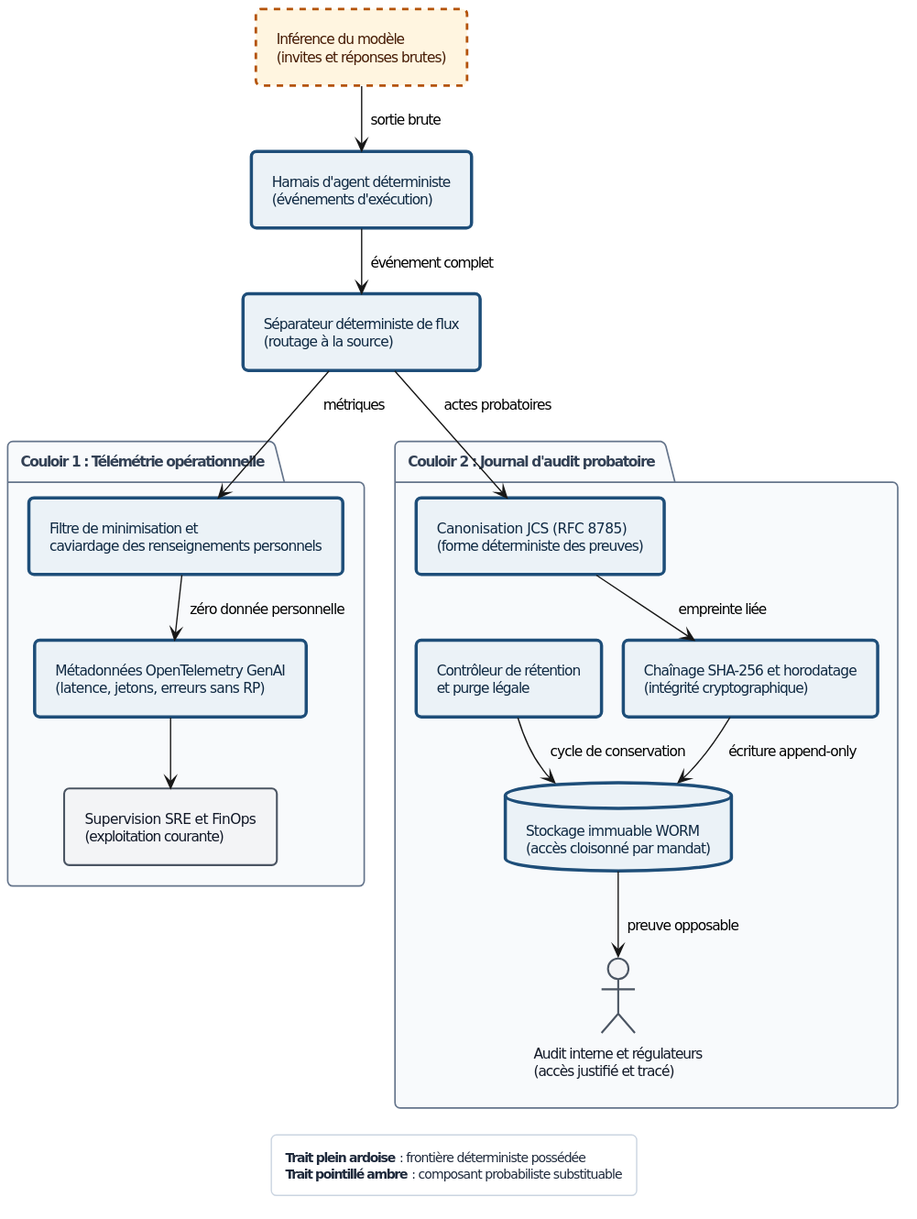
Earlier version of the PlantUML export 7 - Livre 2027/diagrammes/rendus/Fig-17.svg (agbruneau/Agentique). The source it was exported from:
```plantuml
@startuml
<style>
document {
  BackgroundColor #FFFFFF
}
.det {
  BackgroundColor #EBF2F7
  LineColor #1E4E79
  LineThickness 2.5
  FontColor #0F2942
}
.prob {
  BackgroundColor #FFF5E0
  LineColor #B45309
  LineThickness 2.0
  LineStyle 5
  FontColor #451A03
}
.ext {
  BackgroundColor #F3F4F6
  LineColor #4B5563
  LineThickness 1.5
  FontColor #111827
}
package {
  BackgroundColor #F8FAFC
  LineColor #64748B
  LineThickness 1.2
  FontColor #334155
}
legend {
  BackgroundColor #FFFFFF
  LineColor #CBD5E1
  FontColor #1E293B
  FontSize 10
}
</style>
hide stereotype
top to bottom direction
skinparam defaultFontName "DejaVu Sans"
skinparam defaultFontSize 11
skinparam shadowing false
skinparam roundcorner 8
skinparam nodesep 16
skinparam ranksep 24
skinparam padding 6

rectangle "Inférence du modèle\n(invites et réponses brutes)" as LLM <<prob>>
rectangle "Harnais d'agent déterministe\n(événements d'exécution)" as HARN <<det>>
rectangle "Séparateur déterministe de flux\n(routage à la source)" as SPLIT <<det>>

package "Couloir 1 : Télémétrie opérationnelle" {
  rectangle "Filtre de minimisation et\ncaviardage des renseignements personnels" as REDACT <<det>>
  rectangle "Métadonnées OpenTelemetry GenAI\n(latence, jetons, erreurs sans RP)" as OTEL <<det>>
  rectangle "Supervision SRE et FinOps\n(exploitation courante)" as SRE <<ext>>
}

package "Couloir 2 : Journal d'audit probatoire" {
  rectangle "Canonisation JCS (RFC 8785)\n(forme déterministe des preuves)" as JCS <<det>>
  rectangle "Chaînage SHA-256 et horodatage\n(intégrité cryptographique)" as HASH <<det>>
  database "Stockage immuable WORM\n(accès cloisonné par mandat)" as WORM <<det>>
  rectangle "Contrôleur de rétention\net purge légale" as PURGE <<det>>
  actor "Audit interne et régulateurs\n(accès justifié et tracé)" as AUD <<ext>>
}

LLM --> HARN : sortie brute
HARN --> SPLIT : événement complet
SPLIT --> REDACT : métriques
REDACT --> OTEL : zéro donnée personnelle
OTEL --> SRE

SPLIT --> JCS : actes probatoires
JCS --> HASH : empreinte liée
HASH --> WORM : écriture append-only
PURGE --> WORM : cycle de conservation
WORM --> AUD : preuve opposable

REDACT -[hidden]right-> JCS

legend bottom
  **Trait plein ardoise** : frontière déterministe possédée
  **Trait pointillé ambre** : composant probabiliste substituable
end legend
@enduml
```
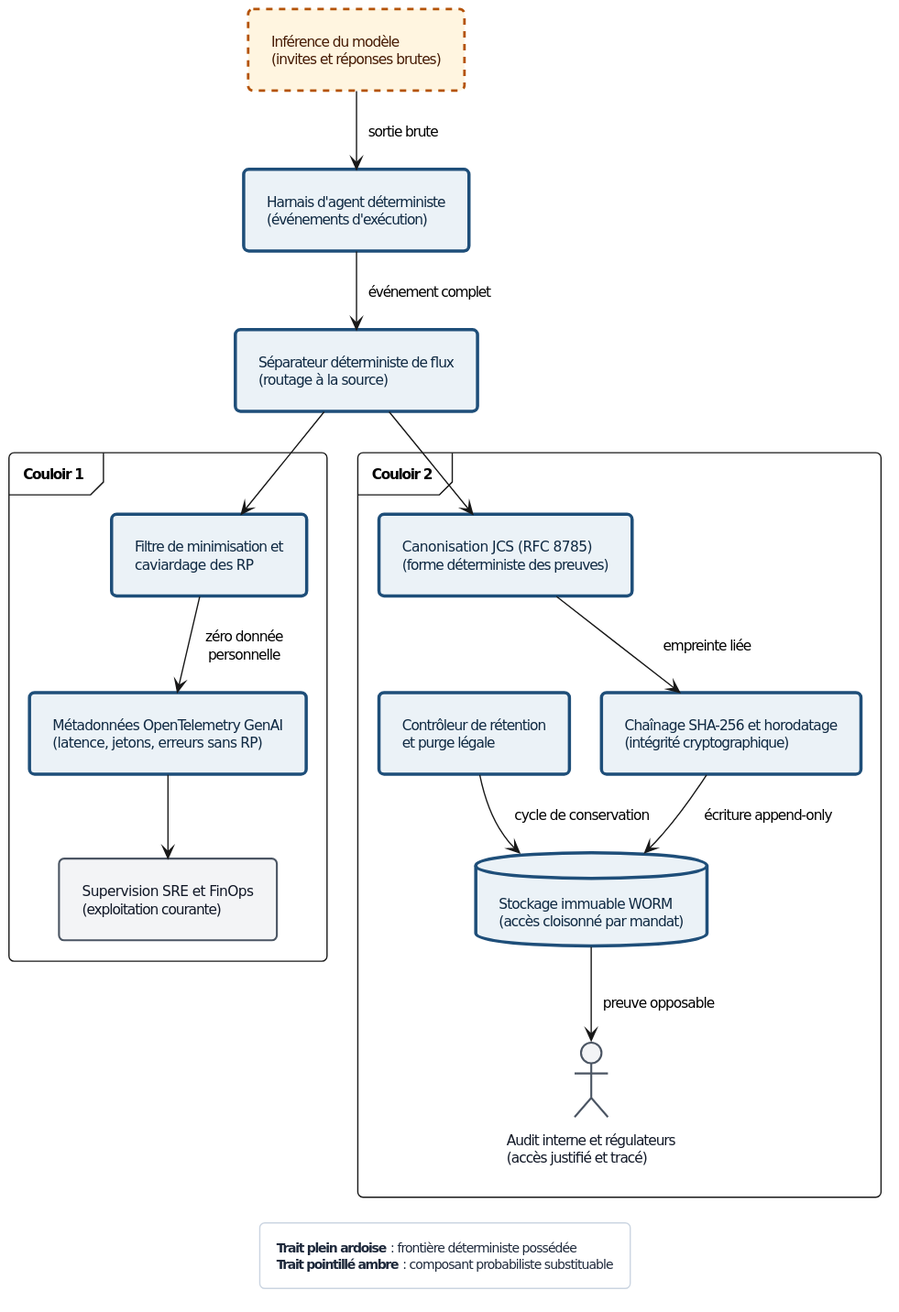
The same file after the commit.

Change to the diagram source:
```diff
@@ -41,21 +41,22 @@
 skinparam defaultFontSize 11
 skinparam shadowing false
 skinparam roundcorner 8
-skinparam nodesep 16
-skinparam ranksep 24
-skinparam padding 6
+skinparam packageStyle frame
+skinparam nodesep 24
+skinparam ranksep 30
+skinparam padding 8
 
 rectangle "Inférence du modèle\n(invites et réponses brutes)" as LLM <<prob>>
 rectangle "Harnais d'agent déterministe\n(événements d'exécution)" as HARN <<det>>
 rectangle "Séparateur déterministe de flux\n(routage à la source)" as SPLIT <<det>>
 
-package "Couloir 1 : Télémétrie opérationnelle" {
-  rectangle "Filtre de minimisation et\ncaviardage des renseignements personnels" as REDACT <<det>>
+package "Couloir 1" {
+  rectangle "Filtre de minimisation et\ncaviardage des RP" as REDACT <<det>>
   rectangle "Métadonnées OpenTelemetry GenAI\n(latence, jetons, erreurs sans RP)" as OTEL <<det>>
   rectangle "Supervision SRE et FinOps\n(exploitation courante)" as SRE <<ext>>
 }
 
-package "Couloir 2 : Journal d'audit probatoire" {
+package "Couloir 2" {
   rectangle "Canonisation JCS (RFC 8785)\n(forme déterministe des preuves)" as JCS <<det>>
   rectangle "Chaînage SHA-256 et horodatage\n(intégrité cryptographique)" as HASH <<det>>
   database "Stockage immuable WORM\n(accès cloisonné par mandat)" as WORM <<det>>
@@ -65,11 +66,11 @@
 
 LLM --> HARN : sortie brute
 HARN --> SPLIT : événement complet
-SPLIT --> REDACT : métriques
-REDACT --> OTEL : zéro donnée personnelle
+SPLIT -down-> REDACT
+REDACT --> OTEL : zéro donnée\npersonnelle
 OTEL --> SRE
 
-SPLIT --> JCS : actes probatoires
+SPLIT -down-> JCS
 JCS --> HASH : empreinte liée
 HASH --> WORM : écriture append-only
 PURGE --> WORM : cycle de conservation
```
